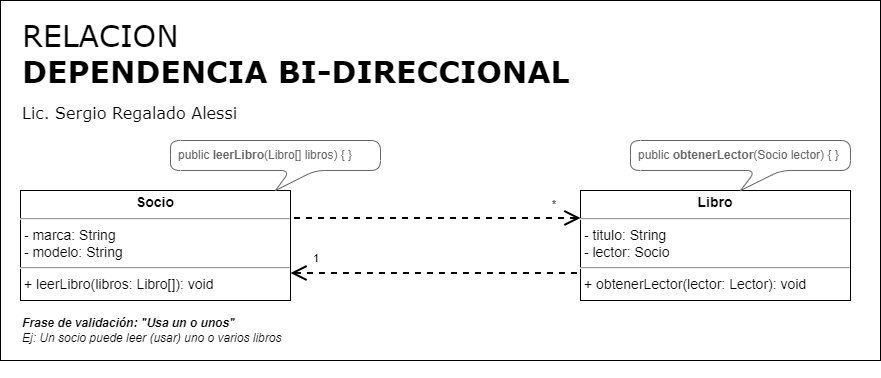
serinformatico/POO-10-2022 keeps this draw.io diagram as src/clase_07/extra/uml/dependencia/bidireccional/Diagrama - Dependencia bi-direccional.png. Above is the earlier version. Source tidied: cells renumbered, new cells last; positions are measured from the earlier drawing's top-left corner, leaving out a move shared by most shapes. The source it was exported from:
```xml
<mxGraphModel>
  <root>
    <mxCell id="0" />
    <mxCell id="1" parent="0" />
    <mxCell id="2" value="&lt;span style=&quot;font-weight: normal;&quot;&gt;RELACION&lt;/span&gt;&lt;br&gt;&lt;font style=&quot;font-size: 16px;&quot;&gt;&lt;font style=&quot;font-size: 16px; font-weight: normal;&quot;&gt;&lt;span style=&quot;font-size: 30px; font-weight: 700;&quot;&gt;DEPENDENCIA BI-DIRECCIONAL&lt;br&gt;&lt;/span&gt;Lic. Sergio Regalado Alessi&lt;br&gt;&lt;br&gt;&lt;br&gt;&lt;br&gt;&lt;br&gt;&lt;br&gt;&lt;br&gt;&lt;br&gt;&lt;/font&gt;&lt;/font&gt;" style="rounded=0;whiteSpace=wrap;html=1;align=left;verticalAlign=top;fontSize=30;fontStyle=1;spacingTop=10;spacing=2;spacingLeft=20;fontFamily=Verdana;" parent="1" vertex="1">
      <mxGeometry width="880" height="360" as="geometry" />
    </mxCell>
    <mxCell id="3" value="&lt;p style=&quot;margin: 4px 0px 0px; text-align: center; font-size: 14px;&quot;&gt;&lt;b&gt;Socio&lt;/b&gt;&lt;/p&gt;&lt;hr style=&quot;font-size: 14px;&quot;&gt;&lt;p style=&quot;margin: 0px 0px 0px 4px; font-size: 14px;&quot;&gt;&lt;/p&gt;&lt;span style=&quot;background-color: initial;&quot;&gt;&amp;nbsp;&lt;/span&gt;&lt;span style=&quot;background-color: initial;&quot;&gt;- marca: String&lt;br&gt;&lt;/span&gt;&amp;nbsp;- modelo: String&lt;br&gt;&lt;hr style=&quot;font-size: 14px;&quot;&gt;&lt;p style=&quot;margin: 0px 0px 0px 4px; font-size: 14px;&quot;&gt;+ leerLibro(libros: Libro[]): void&lt;/p&gt;" style="verticalAlign=top;align=left;overflow=fill;fontSize=14;fontFamily=Helvetica;html=1;" parent="1" vertex="1">
      <mxGeometry x="20" y="190" width="270" height="110" as="geometry" />
    </mxCell>
    <mxCell id="4" style="rounded=1;jettySize=auto;html=1;entryX=1;entryY=0.25;entryDx=0;entryDy=0;endArrow=none;endFill=0;startSize=12;endSize=12;strokeWidth=2;exitX=0;exitY=0.25;exitDx=0;exitDy=0;startArrow=open;startFill=0;dashed=1;" parent="1" edge="1" source="6" target="3">
      <mxGeometry relative="1" as="geometry" />
    </mxCell>
    <mxCell id="5" value="*" style="edgeLabel;html=1;align=right;verticalAlign=middle;" parent="4" vertex="1">
      <mxGeometry x="0.32" relative="1" as="geometry">
        <mxPoint x="167" y="-14" as="offset" />
      </mxGeometry>
    </mxCell>
    <mxCell id="6" value="&lt;p style=&quot;margin: 4px 0px 0px; text-align: center; font-size: 14px;&quot;&gt;&lt;b&gt;Libro&lt;/b&gt;&lt;/p&gt;&lt;hr style=&quot;font-size: 14px;&quot;&gt;&lt;p style=&quot;margin: 0px 0px 0px 4px; font-size: 14px;&quot;&gt;&lt;/p&gt;&amp;nbsp;&lt;span style=&quot;background-color: initial;&quot;&gt;- titulo: String&lt;br&gt;&lt;/span&gt;&amp;nbsp;- lector: Socio&lt;br&gt;&lt;hr style=&quot;font-size: 14px;&quot;&gt;&lt;p style=&quot;margin: 0px 0px 0px 4px; font-size: 14px;&quot;&gt;+ obtenerLector(lector: Lector): void&lt;br&gt;&lt;/p&gt;" style="verticalAlign=top;align=left;overflow=fill;fontSize=14;fontFamily=Helvetica;html=1;" parent="1" vertex="1">
      <mxGeometry x="580" y="190" width="270" height="110" as="geometry" />
    </mxCell>
    <mxCell id="7" value="Frase de validación: &quot;Usa un o unos&quot;&lt;br&gt;&lt;span style=&quot;font-weight: normal;&quot;&gt;Ej:&amp;nbsp;Un socio puede leer (usar) uno o varios libros&lt;/span&gt;" style="text;html=1;strokeColor=none;fillColor=none;align=left;verticalAlign=middle;whiteSpace=wrap;rounded=0;fontStyle=3;" parent="1" vertex="1">
      <mxGeometry x="20" y="310" width="300" height="40" as="geometry" />
    </mxCell>
    <mxCell id="8" value="&lt;font style=&quot;font-size: 12px;&quot;&gt;public&amp;nbsp;&lt;b&gt;leerLibro&lt;/b&gt;(Libro[] libros) { }&lt;br&gt;&lt;/font&gt;" style="shape=callout;whiteSpace=wrap;html=1;perimeter=calloutPerimeter;fontSize=12;size=20;position=0.57;rounded=1;strokeColor=#666666;fontColor=#666666;align=left;spacingLeft=6;base=25;" parent="1" vertex="1">
      <mxGeometry x="170" y="140" width="210" height="50" as="geometry" />
    </mxCell>
    <mxCell id="9" value="&lt;font style=&quot;font-size: 12px;&quot;&gt;public&amp;nbsp;&lt;b&gt;obtenerLector&lt;/b&gt;(Socio lector) { }&lt;br&gt;&lt;/font&gt;" style="shape=callout;whiteSpace=wrap;html=1;perimeter=calloutPerimeter;fontSize=12;size=20;position=0.57;rounded=1;strokeColor=#666666;fontColor=#666666;align=left;spacingLeft=6;base=25;" parent="1" vertex="1">
      <mxGeometry x="630" y="140" width="220" height="50" as="geometry" />
    </mxCell>
    <mxCell id="10" style="rounded=1;jettySize=auto;html=1;entryX=0;entryY=0.75;entryDx=0;entryDy=0;endArrow=none;endFill=0;startSize=12;endSize=12;strokeWidth=2;exitX=1;exitY=0.75;exitDx=0;exitDy=0;startArrow=open;startFill=0;dashed=1;" parent="1" edge="1" source="3" target="6">
      <mxGeometry relative="1" as="geometry" />
    </mxCell>
    <mxCell id="11" value="1" style="edgeLabel;html=1;align=left;verticalAlign=middle;" parent="10" vertex="1">
      <mxGeometry x="0.78" y="-1" relative="1" as="geometry">
        <mxPoint x="-238" y="-16" as="offset" />
      </mxGeometry>
    </mxCell>
  </root>
</mxGraphModel>
```
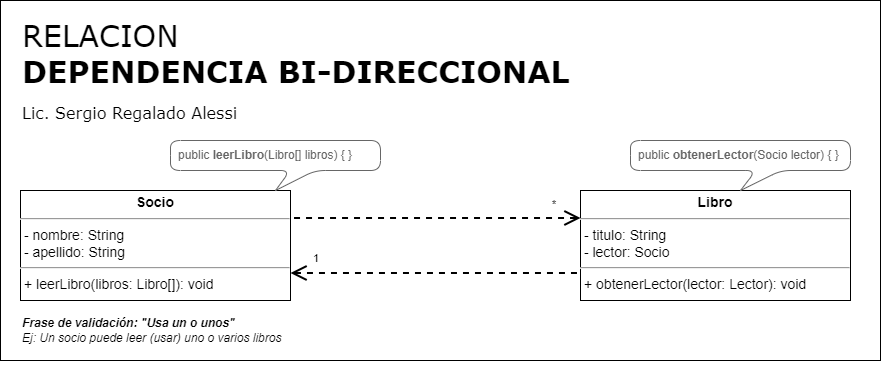
The same file after the commit.

The edit, as a diff of the source:
```diff
@@ -5,7 +5,7 @@
     <mxCell id="2" value="&lt;span style=&quot;font-weight: normal;&quot;&gt;RELACION&lt;/span&gt;&lt;br&gt;&lt;font style=&quot;font-size: 16px;&quot;&gt;&lt;font style=&quot;font-size: 16px; font-weight: normal;&quot;&gt;&lt;span style=&quot;font-size: 30px; font-weight: 700;&quot;&gt;DEPENDENCIA BI-DIRECCIONAL&lt;br&gt;&lt;/span&gt;Lic. Sergio Regalado Alessi&lt;br&gt;&lt;br&gt;&lt;br&gt;&lt;br&gt;&lt;br&gt;&lt;br&gt;&lt;br&gt;&lt;br&gt;&lt;/font&gt;&lt;/font&gt;" style="rounded=0;whiteSpace=wrap;html=1;align=left;verticalAlign=top;fontSize=30;fontStyle=1;spacingTop=10;spacing=2;spacingLeft=20;fontFamily=Verdana;" parent="1" vertex="1">
       <mxGeometry width="880" height="360" as="geometry" />
     </mxCell>
-    <mxCell id="3" value="&lt;p style=&quot;margin: 4px 0px 0px; text-align: center; font-size: 14px;&quot;&gt;&lt;b&gt;Socio&lt;/b&gt;&lt;/p&gt;&lt;hr style=&quot;font-size: 14px;&quot;&gt;&lt;p style=&quot;margin: 0px 0px 0px 4px; font-size: 14px;&quot;&gt;&lt;/p&gt;&lt;span style=&quot;background-color: initial;&quot;&gt;&amp;nbsp;&lt;/span&gt;&lt;span style=&quot;background-color: initial;&quot;&gt;- marca: String&lt;br&gt;&lt;/span&gt;&amp;nbsp;- modelo: String&lt;br&gt;&lt;hr style=&quot;font-size: 14px;&quot;&gt;&lt;p style=&quot;margin: 0px 0px 0px 4px; font-size: 14px;&quot;&gt;+ leerLibro(libros: Libro[]): void&lt;/p&gt;" style="verticalAlign=top;align=left;overflow=fill;fontSize=14;fontFamily=Helvetica;html=1;" parent="1" vertex="1">
+    <mxCell id="3" value="&lt;p style=&quot;margin: 4px 0px 0px; text-align: center; font-size: 14px;&quot;&gt;&lt;b&gt;Socio&lt;/b&gt;&lt;/p&gt;&lt;hr style=&quot;font-size: 14px;&quot;&gt;&lt;p style=&quot;margin: 0px 0px 0px 4px; font-size: 14px;&quot;&gt;&lt;/p&gt;&lt;span style=&quot;background-color: initial;&quot;&gt;&amp;nbsp;&lt;/span&gt;&lt;span style=&quot;background-color: initial;&quot;&gt;- nombre: String&lt;br&gt;&lt;/span&gt;&amp;nbsp;- apellido: String&lt;br&gt;&lt;hr style=&quot;font-size: 14px;&quot;&gt;&lt;p style=&quot;margin: 0px 0px 0px 4px; font-size: 14px;&quot;&gt;+ leerLibro(libros: Libro[]): void&lt;/p&gt;" style="verticalAlign=top;align=left;overflow=fill;fontSize=14;fontFamily=Helvetica;html=1;" parent="1" vertex="1">
       <mxGeometry x="20" y="190" width="270" height="110" as="geometry" />
     </mxCell>
     <mxCell id="4" style="rounded=1;jettySize=auto;html=1;entryX=1;entryY=0.25;entryDx=0;entryDy=0;endArrow=none;endFill=0;startSize=12;endSize=12;strokeWidth=2;exitX=0;exitY=0.25;exitDx=0;exitDy=0;startArrow=open;startFill=0;dashed=1;" parent="1" edge="1" source="6" target="3">
```
